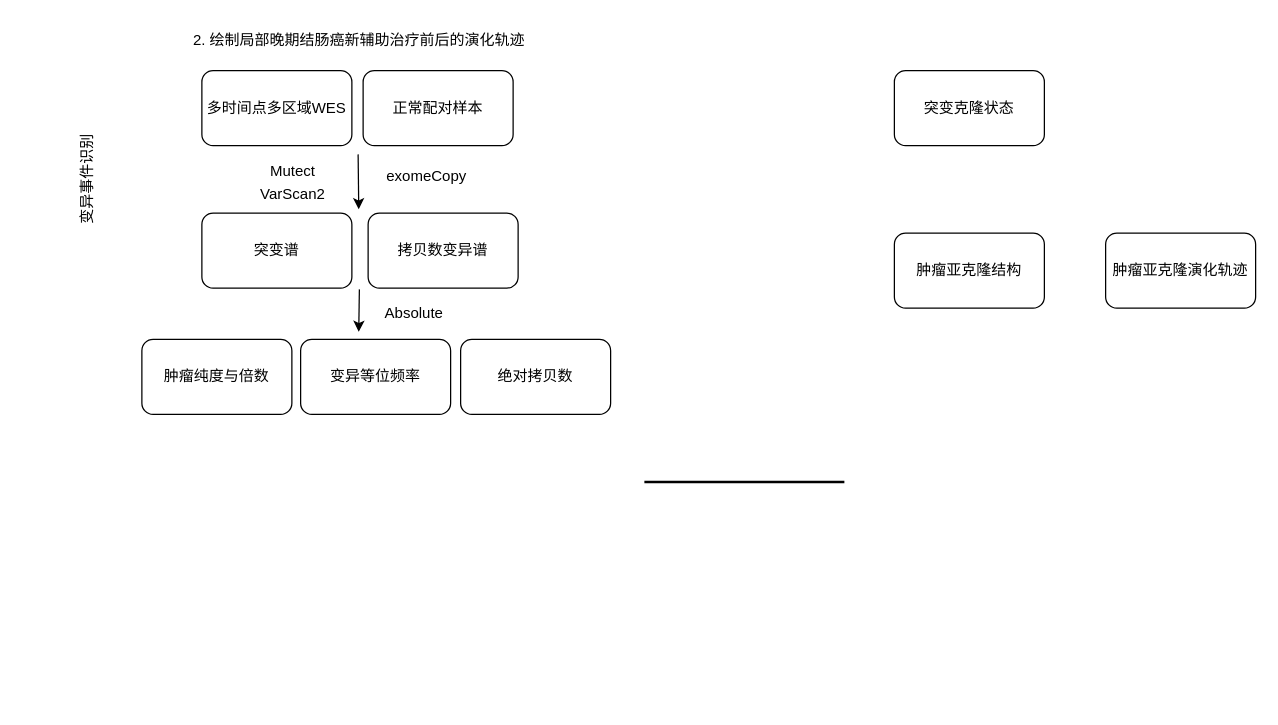
Before: Untitled Diagram.drawio in HushWay/MyTypora, a draw.io diagram. Source tidied: cells renumbered, new cells numbered last; positions are measured from the earlier drawing's top-left corner, leaving out a move shared by most shapes. Both pictures are drawn from the tidied source at 125%, with x=0, y=0 at pixel (14, 21).
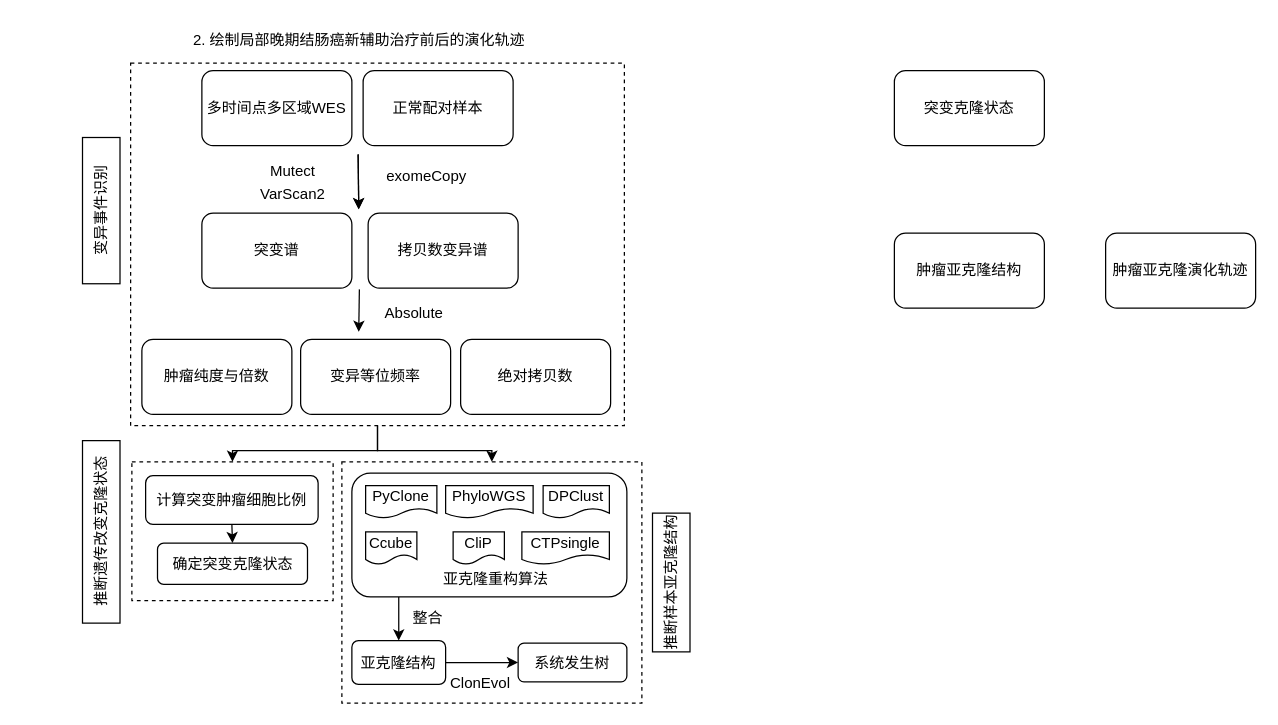
After the change.

What changed in the source:
```diff
@@
+    <mxCell id="7" value="突变克隆状态" style="rounded=1;whiteSpace=wrap;html=1;" parent="1" vertex="1">
+      <mxGeometry x="704" y="39" width="120" height="60" as="geometry" />
+    </mxCell>
+    <mxCell id="8" value="肿瘤亚克隆结构" style="rounded=1;whiteSpace=wrap;html=1;" parent="1" vertex="1">
+      <mxGeometry x="704" y="169" width="120" height="60" as="geometry" />
+    </mxCell>
+    <mxCell id="9" value="肿瘤亚克隆演化轨迹" style="rounded=1;whiteSpace=wrap;html=1;" parent="1" vertex="1">
+      <mxGeometry x="873" y="169" width="120" height="60" as="geometry" />
+    </mxCell>
+    <mxCell id="10" value="变异事件识别" style="text;html=1;strokeColor=default;fillColor=none;align=center;verticalAlign=middle;whiteSpace=wrap;rounded=0;rotation=-90;" parent="1" vertex="1">
+      <mxGeometry x="11" y="136" width="117" height="30" as="geometry" />
+    </mxCell>
+    <mxCell id="22" style="edgeStyle=orthogonalEdgeStyle;rounded=0;jettySize=auto;html=1;exitX=0.5;exitY=1;exitDx=0;exitDy=0;entryX=0.5;entryY=0;entryDx=0;entryDy=0;" parent="1" edge="1" source="24" target="30">
+      <mxGeometry relative="1" as="geometry" />
+    </mxCell>
+    <mxCell id="23" style="edgeStyle=orthogonalEdgeStyle;rounded=0;jettySize=auto;html=1;exitX=0.5;exitY=1;exitDx=0;exitDy=0;entryX=0.5;entryY=0;entryDx=0;entryDy=0;" parent="1" edge="1" source="24" target="35">
+      <mxGeometry relative="1" as="geometry" />
+    </mxCell>
+    <mxCell id="24" style="rounded=0;whiteSpace=wrap;html=1;shadow=0;sketch=0;strokeWidth=1;fillColor=none;dashed=1;" parent="1" vertex="1">
+      <mxGeometry x="93" y="33" width="395" height="290" as="geometry" />
+    </mxCell>
+    <mxCell id="25" style="group;" parent="1" vertex="1">
+      <mxGeometry x="102" y="39" width="375" height="275" as="geometry" />
+    </mxCell>
-    <mxCell id="3" value="多时间点多区域WES" style="rounded=1;whiteSpace=wrap;html=1;" parent="1" vertex="1">
-      <mxGeometry x="150" y="39" width="120" height="60" as="geometry" />
+    <mxCell id="3" value="多时间点多区域WES" style="rounded=1;whiteSpace=wrap;html=1;" parent="25" vertex="1">
+      <mxGeometry x="48" width="120" height="60" as="geometry" />
     </mxCell>
-    <mxCell id="4" value="正常配对样本" style="rounded=1;whiteSpace=wrap;html=1;" parent="1" vertex="1">
-      <mxGeometry x="279" y="39" width="120" height="60" as="geometry" />
+    <mxCell id="4" value="正常配对样本" style="rounded=1;whiteSpace=wrap;html=1;" parent="25" vertex="1">
+      <mxGeometry x="177" width="120" height="60" as="geometry" />
     </mxCell>
-    <mxCell id="5" value="突变谱" style="rounded=1;whiteSpace=wrap;html=1;" parent="1" vertex="1">
-      <mxGeometry x="150" y="153" width="120" height="60" as="geometry" />
+    <mxCell id="5" value="突变谱" style="rounded=1;whiteSpace=wrap;html=1;" parent="25" vertex="1">
+      <mxGeometry x="48" y="114" width="120" height="60" as="geometry" />
     </mxCell>
-    <mxCell id="6" value="拷贝数变异谱" style="rounded=1;whiteSpace=wrap;html=1;" parent="1" vertex="1">
-      <mxGeometry x="283" y="153" width="120" height="60" as="geometry" />
+    <mxCell id="6" value="拷贝数变异谱" style="rounded=1;whiteSpace=wrap;html=1;" parent="25" vertex="1">
+      <mxGeometry x="181" y="114" width="120" height="60" as="geometry" />
     </mxCell>
-    <mxCell id="7" value="突变克隆状态" style="rounded=1;whiteSpace=wrap;html=1;" parent="1" vertex="1">
-      <mxGeometry x="704" y="39" width="120" height="60" as="geometry" />
-    </mxCell>
-    <mxCell id="8" value="肿瘤亚克隆结构" style="rounded=1;whiteSpace=wrap;html=1;" parent="1" vertex="1">
-      <mxGeometry x="704" y="169" width="120" height="60" as="geometry" />
-    </mxCell>
-    <mxCell id="9" value="肿瘤亚克隆演化轨迹" style="rounded=1;whiteSpace=wrap;html=1;" parent="1" vertex="1">
-      <mxGeometry x="873" y="169" width="120" height="60" as="geometry" />
-    </mxCell>
-    <mxCell id="10" value="变异事件识别" style="text;html=1;strokeColor=none;fillColor=none;align=center;verticalAlign=middle;whiteSpace=wrap;rounded=0;rotation=-90;" parent="1" vertex="1">
-      <mxGeometry y="111" width="117" height="30" as="geometry" />
-    </mxCell>
-    <mxCell id="11" value="exomeCopy" style="text;html=1;strokeColor=none;fillColor=none;align=center;verticalAlign=middle;whiteSpace=wrap;rounded=0;dashed=1;" parent="1" vertex="1">
-      <mxGeometry x="300" y="109" width="60" height="30" as="geometry" />
+    <mxCell id="11" value="exomeCopy" style="text;html=1;strokeColor=none;fillColor=none;align=center;verticalAlign=middle;whiteSpace=wrap;rounded=0;dashed=1;" parent="25" vertex="1">
+      <mxGeometry x="198" y="70" width="60" height="30" as="geometry" />
     </mxCell>
-    <mxCell id="12" value="Mutect" style="text;html=1;strokeColor=none;fillColor=none;align=center;verticalAlign=middle;whiteSpace=wrap;rounded=0;dashed=1;" parent="1" vertex="1">
-      <mxGeometry x="193" y="105" width="60" height="30" as="geometry" />
+    <mxCell id="12" value="Mutect" style="text;html=1;strokeColor=none;fillColor=none;align=center;verticalAlign=middle;whiteSpace=wrap;rounded=0;dashed=1;" parent="25" vertex="1">
+      <mxGeometry x="91" y="66" width="60" height="30" as="geometry" />
     </mxCell>
-    <mxCell id="13" value="VarScan2" style="text;html=1;strokeColor=none;fillColor=none;align=center;verticalAlign=middle;whiteSpace=wrap;rounded=0;dashed=1;" parent="1" vertex="1">
-      <mxGeometry x="193" y="123" width="60" height="30" as="geometry" />
+    <mxCell id="13" value="VarScan2" style="text;html=1;strokeColor=none;fillColor=none;align=center;verticalAlign=middle;whiteSpace=wrap;rounded=0;dashed=1;" parent="25" vertex="1">
+      <mxGeometry x="91" y="84" width="60" height="30" as="geometry" />
     </mxCell>
-    <mxCell id="14" style="endArrow=classic;html=1;rounded=0;" parent="1" edge="1">
+    <mxCell id="14" style="endArrow=classic;html=1;rounded=0;" parent="25" edge="1">
       <mxGeometry relative="1" as="geometry">
-        <mxPoint x="275" y="106" as="sourcePoint" />
-        <mxPoint x="275.5" y="149.9" as="targetPoint" />
+        <mxPoint x="173" y="67" as="sourcePoint" />
+        <mxPoint x="173.5" y="110.9" as="targetPoint" />
       </mxGeometry>
     </mxCell>
-    <mxCell id="15" style="line;strokeWidth=2;html=1;shadow=0;sketch=0;fillColor=#000000;" parent="1" vertex="1">
-      <mxGeometry x="504" y="363" width="160" height="10" as="geometry" />
-    </mxCell>
-    <mxCell id="16" style="group;" parent="1" vertex="1">
-      <mxGeometry x="102" y="254" width="375" height="60" as="geometry" />
+    <mxCell id="16" style="group;" parent="25" vertex="1">
+      <mxGeometry y="215" width="375" height="60" as="geometry" />
     </mxCell>
@@
-    <mxCell id="20" style="endArrow=classic;html=1;rounded=0;" parent="1" edge="1">
+    <mxCell id="20" style="endArrow=classic;html=1;rounded=0;" parent="25" edge="1">
       <mxGeometry relative="1" as="geometry">
-        <mxPoint x="276" y="214" as="sourcePoint" />
-        <mxPoint x="275.5" y="248" as="targetPoint" />
+        <mxPoint x="174" y="175" as="sourcePoint" />
+        <mxPoint x="173.5" y="209" as="targetPoint" />
       </mxGeometry>
     </mxCell>
-    <mxCell id="21" value="Absolute" style="text;html=1;strokeColor=none;fillColor=none;align=center;verticalAlign=middle;whiteSpace=wrap;rounded=0;shadow=0;sketch=0;" parent="1" vertex="1">
-      <mxGeometry x="290" y="218" width="60" height="30" as="geometry" />
+    <mxCell id="21" value="Absolute" style="text;html=1;strokeColor=none;fillColor=none;align=center;verticalAlign=middle;whiteSpace=wrap;rounded=0;shadow=0;sketch=0;" parent="25" vertex="1">
+      <mxGeometry x="188" y="179" width="60" height="30" as="geometry" />
     </mxCell>
+    <mxCell id="26" value="推断遗传改变克隆状态" style="text;html=1;strokeColor=default;fillColor=none;align=center;verticalAlign=middle;whiteSpace=wrap;rounded=0;shadow=0;sketch=0;rotation=-90;" parent="1" vertex="1">
+      <mxGeometry x="-3.5" y="393" width="146" height="30" as="geometry" />
+    </mxCell>
+    <mxCell id="27" style="endArrow=classic;html=1;rounded=0;" parent="1" edge="1">
+      <mxGeometry relative="1" as="geometry">
+        <mxPoint x="275" y="106" as="sourcePoint" />
+        <mxPoint x="275.5" y="149.9" as="targetPoint" />
+      </mxGeometry>
+    </mxCell>
+    <mxCell id="28" value="推断样本亚克隆结构" style="text;html=1;strokeColor=default;fillColor=none;align=center;verticalAlign=middle;whiteSpace=wrap;rounded=0;shadow=0;sketch=0;rotation=-90;" parent="1" vertex="1">
+      <mxGeometry x="470" y="433.5" width="111" height="30" as="geometry" />
+    </mxCell>
+    <mxCell id="29" style="group;" parent="1" vertex="1">
+      <mxGeometry x="94" y="352" width="161" height="111" as="geometry" />
+    </mxCell>
+    <mxCell id="30" style="rounded=0;whiteSpace=wrap;html=1;shadow=0;sketch=0;strokeColor=default;strokeWidth=1;fillColor=none;dashed=1;" parent="29" vertex="1">
+      <mxGeometry width="161" height="111" as="geometry" />
+    </mxCell>
+    <mxCell id="31" value="计算突变肿瘤细胞比例" style="rounded=1;whiteSpace=wrap;html=1;shadow=0;sketch=0;strokeColor=default;strokeWidth=1;fillColor=none;" parent="29" vertex="1">
+      <mxGeometry x="11" y="11" width="138" height="39" as="geometry" />
+    </mxCell>
+    <mxCell id="32" value="确定突变克隆状态" style="rounded=1;whiteSpace=wrap;html=1;shadow=0;sketch=0;strokeColor=default;strokeWidth=1;fillColor=none;" parent="29" vertex="1">
+      <mxGeometry x="20.5" y="65" width="120" height="33" as="geometry" />
+    </mxCell>
+    <mxCell id="33" style="edgeStyle=orthogonalEdgeStyle;rounded=0;jettySize=auto;html=1;exitX=0.5;exitY=1;exitDx=0;exitDy=0;entryX=0.5;entryY=0;entryDx=0;entryDy=0;" parent="29" edge="1" source="31" target="32">
+      <mxGeometry relative="1" as="geometry" />
+    </mxCell>
+    <mxCell id="34" style="group;" parent="1" vertex="1">
+      <mxGeometry x="262" y="352" width="240" height="193" as="geometry" />
+    </mxCell>
+    <mxCell id="35" style="rounded=0;whiteSpace=wrap;html=1;shadow=0;sketch=0;strokeColor=default;strokeWidth=1;fillColor=none;dashed=1;" parent="34" vertex="1">
+      <mxGeometry width="240" height="193" as="geometry" />
+    </mxCell>
+    <mxCell id="36" style="group;" parent="34" vertex="1">
+      <mxGeometry x="8" y="9" width="220" height="183" as="geometry" />
+    </mxCell>
+    <mxCell id="37" value="整合" style="text;html=1;strokeColor=none;fillColor=none;align=center;verticalAlign=middle;whiteSpace=wrap;rounded=0;shadow=0;sketch=0;" parent="36" vertex="1">
+      <mxGeometry x="31" y="101" width="60" height="30" as="geometry" />
+    </mxCell>
+    <mxCell id="38" style="group;" parent="36" vertex="1">
+      <mxGeometry y="134" width="220" height="49" as="geometry" />
+    </mxCell>
+    <mxCell id="39" value="亚克隆结构" style="rounded=1;whiteSpace=wrap;html=1;shadow=0;sketch=0;strokeColor=default;strokeWidth=1;fillColor=none;" parent="38" vertex="1">
+      <mxGeometry width="75" height="35" as="geometry" />
+    </mxCell>
+    <mxCell id="40" value="系统发生树" style="rounded=1;whiteSpace=wrap;html=1;shadow=0;sketch=0;strokeColor=default;strokeWidth=1;fillColor=none;spacing=1;" parent="38" vertex="1">
+      <mxGeometry x="133" y="2" width="87" height="31" as="geometry" />
+    </mxCell>
+    <mxCell id="41" value="ClonEvol" style="text;html=1;strokeColor=none;fillColor=none;align=center;verticalAlign=middle;whiteSpace=wrap;rounded=0;shadow=0;sketch=0;" parent="38" vertex="1">
+      <mxGeometry x="73" y="19" width="60" height="30" as="geometry" />
+    </mxCell>
+    <mxCell id="42" style="edgeStyle=orthogonalEdgeStyle;rounded=0;jettySize=auto;html=1;" parent="38" edge="1" source="39" target="40">
+      <mxGeometry relative="1" as="geometry" />
+    </mxCell>
+    <mxCell id="43" style="group;" parent="36" vertex="1">
+      <mxGeometry width="220" height="100" as="geometry" />
+    </mxCell>
+    <mxCell id="44" style="rounded=1;whiteSpace=wrap;html=1;shadow=0;sketch=0;strokeColor=default;strokeWidth=1;fillColor=none;" parent="43" vertex="1">
+      <mxGeometry width="220" height="99" as="geometry" />
+    </mxCell>
+    <mxCell id="45" style="group;" parent="43" vertex="1">
+      <mxGeometry x="11" y="10" width="195" height="90" as="geometry" />
+    </mxCell>
+    <mxCell id="46" value="PyClone" style="shape=document;whiteSpace=wrap;html=1;boundedLbl=1;shadow=0;sketch=0;strokeColor=default;strokeWidth=1;fillColor=none;" parent="45" vertex="1">
+      <mxGeometry width="57" height="26" as="geometry" />
+    </mxCell>
+    <mxCell id="47" value="CliP" style="shape=document;whiteSpace=wrap;html=1;boundedLbl=1;shadow=0;sketch=0;strokeColor=default;strokeWidth=1;fillColor=none;" parent="45" vertex="1">
+      <mxGeometry x="70" y="37" width="41" height="26" as="geometry" />
+    </mxCell>
+    <mxCell id="48" value="Ccube" style="shape=document;whiteSpace=wrap;html=1;boundedLbl=1;shadow=0;sketch=0;strokeColor=default;strokeWidth=1;fillColor=none;" parent="45" vertex="1">
+      <mxGeometry y="37" width="41" height="26" as="geometry" />
+    </mxCell>
+    <mxCell id="49" value="PhyloWGS" style="shape=document;whiteSpace=wrap;html=1;boundedLbl=1;shadow=0;sketch=0;strokeColor=default;strokeWidth=1;fillColor=none;" parent="45" vertex="1">
+      <mxGeometry x="64" width="70" height="26" as="geometry" />
+    </mxCell>
+    <mxCell id="50" value="CTPsingle" style="shape=document;whiteSpace=wrap;html=1;boundedLbl=1;shadow=0;sketch=0;strokeColor=default;strokeWidth=1;fillColor=none;" parent="45" vertex="1">
+      <mxGeometry x="125" y="37" width="70" height="26" as="geometry" />
+    </mxCell>
+    <mxCell id="51" value="DPClust" style="shape=document;whiteSpace=wrap;html=1;boundedLbl=1;shadow=0;sketch=0;strokeColor=default;strokeWidth=1;fillColor=none;" parent="45" vertex="1">
+      <mxGeometry x="142" width="53" height="26" as="geometry" />
+    </mxCell>
+    <mxCell id="52" value="亚克隆重构算法" style="text;html=1;strokeColor=none;fillColor=none;align=center;verticalAlign=middle;whiteSpace=wrap;rounded=0;shadow=0;sketch=0;" parent="45" vertex="1">
+      <mxGeometry x="61" y="60" width="87" height="30" as="geometry" />
+    </mxCell>
+    <mxCell id="53" style="edgeStyle=orthogonalEdgeStyle;rounded=0;jettySize=auto;html=1;entryX=0.5;entryY=0;entryDx=0;entryDy=0;" parent="36" edge="1" source="44" target="39">
+      <mxGeometry relative="1" as="geometry">
+        <Array as="points">
+          <mxPoint x="38" y="135" />
+        </Array>
+      </mxGeometry>
+    </mxCell>
```
